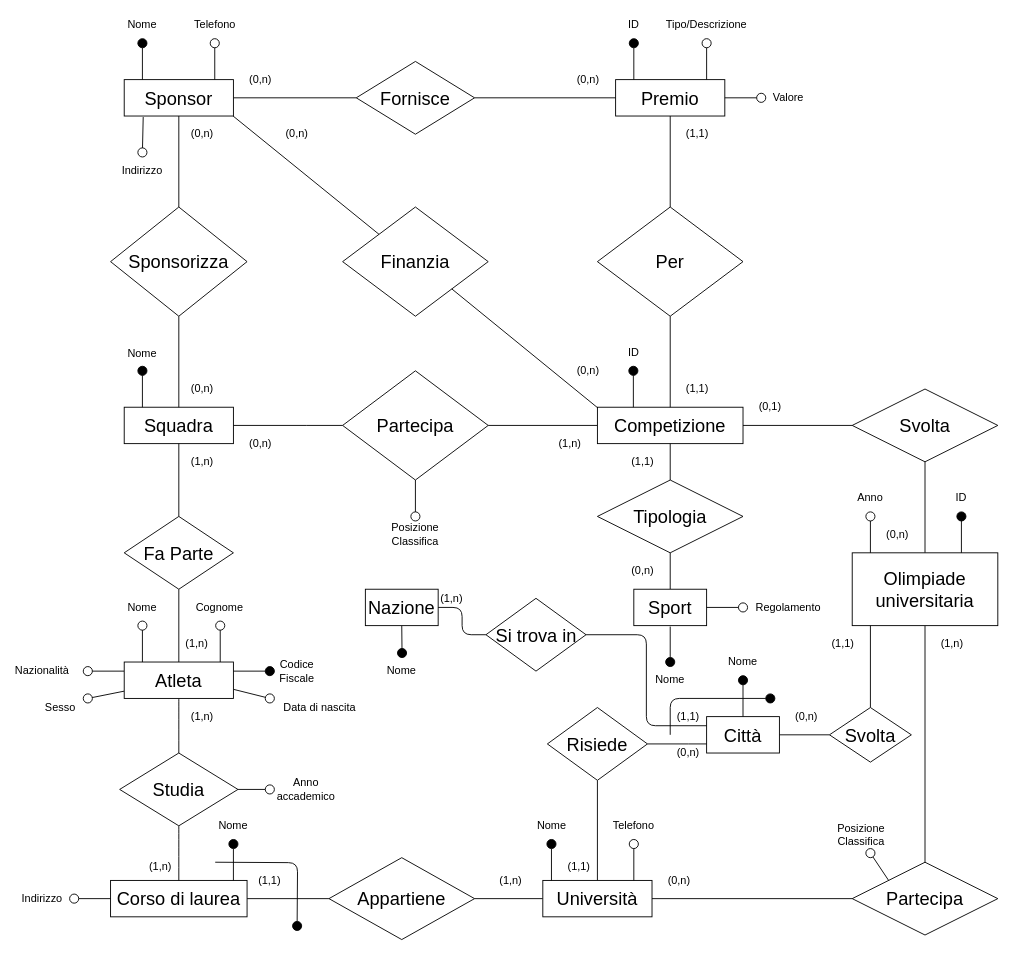
This is page "Schema E-R" (1 of 3) of Olimpiadi studentesche.drawio from giovannivelludo/database-project, a draw.io file, before an edit. Source tidied: cells renumbered, new cells numbered last; positions are measured from the earlier drawing's top-left corner, leaving out a move shared by most shapes. Both pictures are drawn from the tidied source at 91%, with x=0, y=0 at pixel (24, 15).
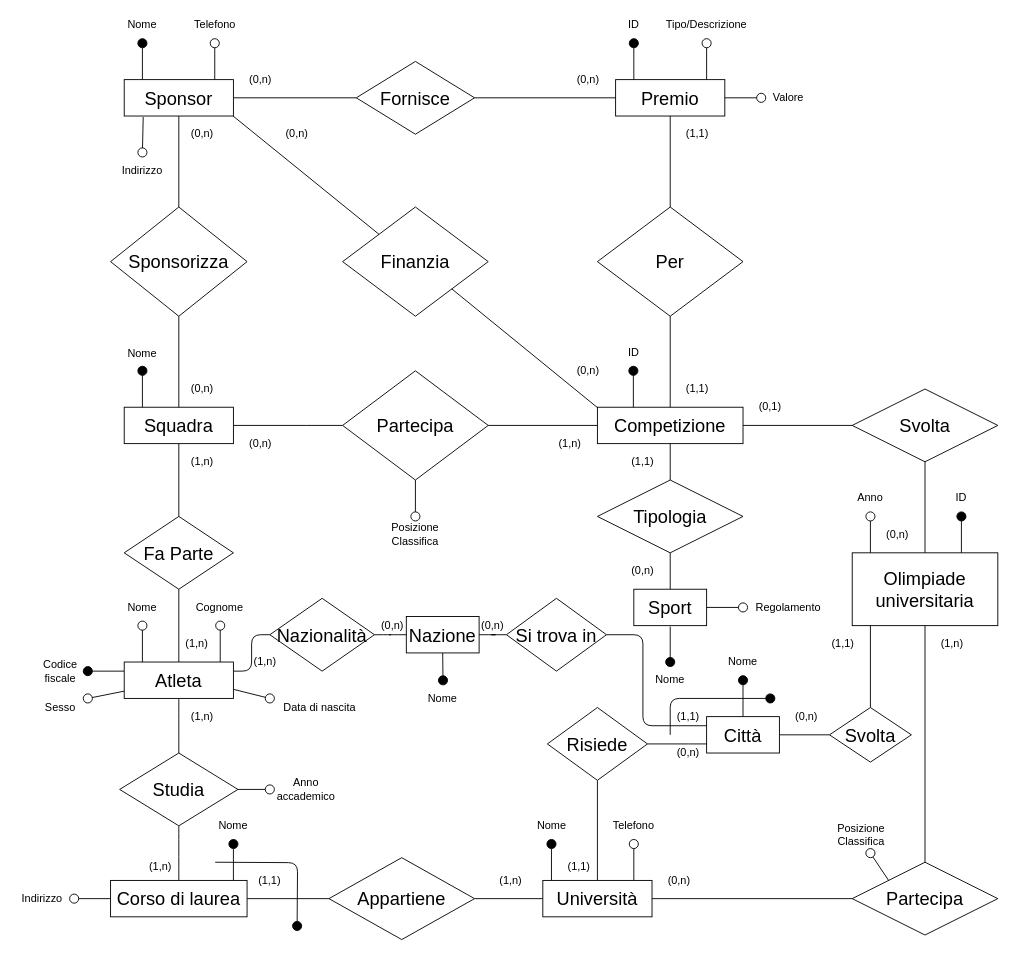
The same page after the edit.

Commit message:
Sostituito attributo nazionalità con relazione con Nazione

Unchanged cells that the change refers to:
```xml
<mxCell id="19" value="Atleta" style="rounded=0;whiteSpace=wrap;html=1;fontSize=20;" parent="1" vertex="1">
  <mxGeometry x="110" y="710" width="120" height="40" as="geometry" />
</mxCell>
<mxCell id="112" value="&lt;font style=&quot;font-size: 20px&quot;&gt;Città&lt;/font&gt;" style="rounded=0;whiteSpace=wrap;html=1;" parent="1" vertex="1">
  <mxGeometry x="750" y="770" width="80" height="40" as="geometry" />
</mxCell>
```

Diff of the diagram source:
```diff
@@
-    <mxCell id="16" style="rounded=1;orthogonalLoop=1;jettySize=auto;html=1;endArrow=oval;endFill=0;endSize=10;" parent="1" edge="1">
+    <mxCell id="16" style="rounded=1;orthogonalLoop=1;jettySize=auto;html=1;endArrow=oval;endFill=1;endSize=10;" parent="1" edge="1">
       <mxGeometry relative="1" as="geometry">
         <mxPoint x="110" y="720" as="sourcePoint" />
         <mxPoint x="70" y="720" as="targetPoint" />
       </mxGeometry>
     </mxCell>
@@
-    <mxCell id="103" style="endArrow=oval;html=1;endFill=1;endSize=10;exitX=1;exitY=0.5;exitDx=0;exitDy=0;" parent="1" edge="1">
-      <mxGeometry relative="1" as="geometry">
-        <mxPoint x="230" y="720" as="sourcePoint" />
-        <mxPoint x="270" y="720" as="targetPoint" />
-      </mxGeometry>
-    </mxCell>
-    <mxCell id="104" value="Codice&lt;br&gt;Fiscale" style="text;html=1;strokeColor=none;fillColor=none;align=center;verticalAlign=middle;whiteSpace=wrap;rounded=0;" parent="1" vertex="1">
-      <mxGeometry x="280" y="710" width="40" height="20" as="geometry" />
-    </mxCell>
@@
-    <mxCell id="123" value="&lt;div&gt;Nazionalità&lt;/div&gt;" style="text;html=1;strokeColor=none;fillColor=none;align=center;verticalAlign=middle;whiteSpace=wrap;rounded=0;" parent="1" vertex="1">
-      <mxGeometry y="710" width="40" height="20" as="geometry" />
+    <mxCell id="123" value="&lt;div&gt;Codice fiscale&lt;/div&gt;" style="text;html=1;strokeColor=none;fillColor=none;align=center;verticalAlign=middle;whiteSpace=wrap;rounded=0;" parent="1" vertex="1">
+      <mxGeometry x="20" y="710" width="40" height="20" as="geometry" />
     </mxCell>
@@
     <mxCell id="130" style="edgeStyle=orthogonalEdgeStyle;rounded=1;jettySize=auto;html=1;exitX=0.5;exitY=1;exitDx=0;exitDy=0;endArrow=oval;endFill=1;endSize=10;strokeColor=#000000;strokeWidth=1;" parent="1" edge="1" source="131">
       <mxGeometry relative="1" as="geometry">
-        <mxPoint x="415.3" y="700.1" as="targetPoint" />
+        <mxPoint x="460.3" y="730.1" as="targetPoint" />
       </mxGeometry>
     </mxCell>
     <mxCell id="131" value="&lt;font style=&quot;font-size: 20px&quot;&gt;Nazione&lt;/font&gt;" style="rounded=0;whiteSpace=wrap;html=1;" parent="1" vertex="1">
-      <mxGeometry x="375" y="630" width="80" height="40" as="geometry" />
+      <mxGeometry x="420" y="660" width="80" height="40" as="geometry" />
     </mxCell>
@@
     <mxCell id="133" style="edgeStyle=orthogonalEdgeStyle;rounded=1;jettySize=auto;html=1;entryX=0;entryY=0.25;entryDx=0;entryDy=0;endArrow=none;endFill=0;endSize=10;strokeColor=#000000;strokeWidth=1;" parent="1" edge="1" source="134" target="112">
-      <mxGeometry relative="1" as="geometry" />
+      <mxGeometry relative="1" as="geometry">
+        <Array as="points">
+          <mxPoint x="680" y="680" />
+          <mxPoint x="680" y="780" />
+        </Array>
+      </mxGeometry>
     </mxCell>
     <mxCell id="134" value="&lt;font style=&quot;font-size: 20px&quot;&gt;Si trova in&lt;br&gt;&lt;/font&gt;" style="rhombus;whiteSpace=wrap;html=1;" parent="1" vertex="1">
-      <mxGeometry x="507.5" y="640" width="110" height="80" as="geometry" />
+      <mxGeometry x="530" y="640" width="110" height="80" as="geometry" />
     </mxCell>
@@
     <mxCell id="136" value="Nome" style="text;html=1;strokeColor=none;fillColor=none;align=center;verticalAlign=middle;whiteSpace=wrap;rounded=0;" parent="1" vertex="1">
-      <mxGeometry x="395" y="710" width="40" height="20" as="geometry" />
+      <mxGeometry x="440" y="740" width="40" height="20" as="geometry" />
     </mxCell>
-    <mxCell id="137" value="(1,n)" style="text;html=1;strokeColor=none;fillColor=none;align=center;verticalAlign=middle;whiteSpace=wrap;rounded=0;" parent="1" vertex="1">
-      <mxGeometry x="450" y="630" width="40" height="20" as="geometry" />
+    <mxCell id="137" value="(0,n)" style="text;html=1;strokeColor=none;fillColor=none;align=center;verticalAlign=middle;whiteSpace=wrap;rounded=0;" parent="1" vertex="1">
+      <mxGeometry x="495" y="660" width="40" height="20" as="geometry" />
     </mxCell>
@@
+    <mxCell id="139" style="edgeStyle=orthogonalEdgeStyle;rounded=1;jettySize=auto;html=1;entryX=0;entryY=0.5;entryDx=0;entryDy=0;endArrow=none;endFill=0;endSize=10;strokeColor=#000000;strokeWidth=1;" parent="1" edge="1" source="141" target="131">
+      <mxGeometry relative="1" as="geometry" />
+    </mxCell>
+    <mxCell id="140" style="edgeStyle=orthogonalEdgeStyle;rounded=1;jettySize=auto;html=1;entryX=1;entryY=0.25;entryDx=0;entryDy=0;endArrow=none;endFill=0;endSize=10;strokeColor=#000000;strokeWidth=1;" parent="1" edge="1" source="141" target="19">
+      <mxGeometry relative="1" as="geometry" />
+    </mxCell>
+    <mxCell id="141" value="&lt;font style=&quot;font-size: 20px&quot;&gt;Nazionalità&lt;br&gt;&lt;/font&gt;" style="rhombus;whiteSpace=wrap;html=1;" parent="1" vertex="1">
+      <mxGeometry x="270" y="640" width="115" height="80" as="geometry" />
+    </mxCell>
+    <mxCell id="142" value="(0,n)" style="text;html=1;strokeColor=none;fillColor=none;align=center;verticalAlign=middle;whiteSpace=wrap;rounded=0;" parent="1" vertex="1">
+      <mxGeometry x="385" y="660" width="40" height="20" as="geometry" />
+    </mxCell>
+    <mxCell id="143" value="(1,n)" style="text;html=1;strokeColor=none;fillColor=none;align=center;verticalAlign=middle;whiteSpace=wrap;rounded=0;" parent="1" vertex="1">
+      <mxGeometry x="245" y="700" width="40" height="20" as="geometry" />
+    </mxCell>
```
